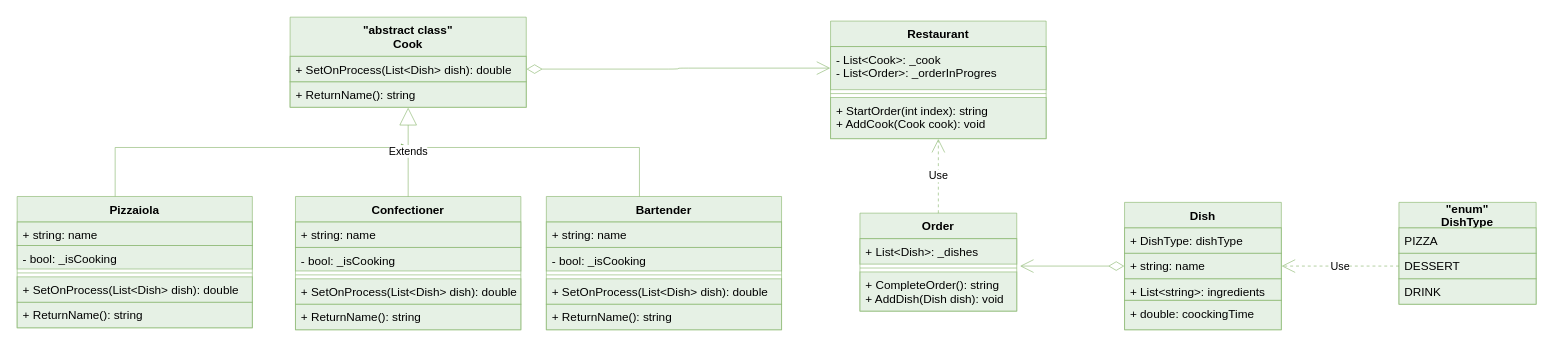
Above: Home_task_9/Home_Task_9.drawio in Rusewww/SSWU_ZozuliaIhor_NET_CAMP (draw.io), before the change. Source tidied: cells renumbered, new cells numbered last; positions are measured from the earlier drawing's top-left corner, leaving out a move shared by most shapes. Both pictures are drawn from the tidied source at 98%, with x=0, y=0 at pixel (17, 17).
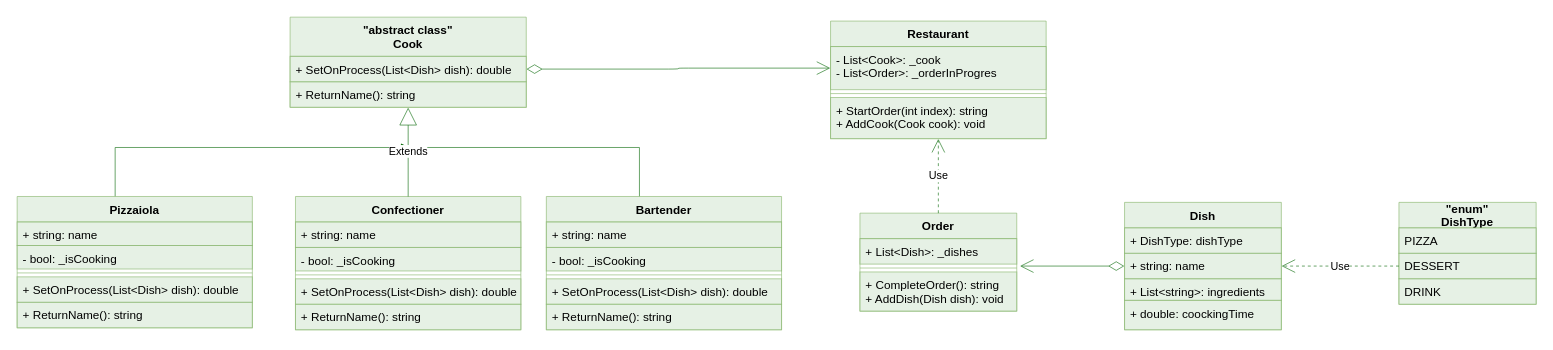
The same diagram, later.

Commit message (it also covers changes not shown here):
Home_task_9-Diagram_fix

The change refers to these unchanged cells:
```xml
<mxCell id="2" value="Order" style="swimlane;fontStyle=1;align=center;verticalAlign=top;horizontal=1;startSize=26;fillColor=#d5e8d4;strokeColor=#82b366;opacity=60;" parent="1" vertex="1">
  <mxGeometry x="860" y="200" width="160" height="100" as="geometry" />
</mxCell>
<mxCell id="3" value="+ List&lt;Dish&gt;: _dishes&#10;" style="text;strokeColor=#82b366;fillColor=#d5e8d4;align=left;verticalAlign=top;spacingLeft=4;spacingRight=4;overflow=hidden;points=[[0,0.5],[1,0.5]];portConstraint=eastwest;opacity=60;" parent="2" vertex="1">
  <mxGeometry y="26" width="160" height="26" as="geometry" />
</mxCell>
<mxCell id="8" value="+ string: name" style="text;strokeColor=#82b366;fillColor=#d5e8d4;align=left;verticalAlign=top;spacingLeft=4;spacingRight=4;overflow=hidden;points=[[0,0.5],[1,0.5]];portConstraint=eastwest;opacity=60;" parent="6" vertex="1">
  <mxGeometry y="52" width="160" height="26" as="geometry" />
</mxCell>
<mxCell id="13" value="DESSERT" style="text;strokeColor=#82b366;fillColor=#d5e8d4;align=left;verticalAlign=top;spacingLeft=4;spacingRight=4;overflow=hidden;points=[[0,0.5],[1,0.5]];portConstraint=eastwest;opacity=60;" parent="11" vertex="1">
  <mxGeometry y="52" width="140" height="26" as="geometry" />
</mxCell>
<mxCell id="16" value="Pizzaiola" style="swimlane;fontStyle=1;align=center;verticalAlign=top;horizontal=1;startSize=26;fillColor=#d5e8d4;strokeColor=#82b366;opacity=60;" parent="1" vertex="1">
  <mxGeometry y="183" width="240" height="134" as="geometry" />
</mxCell>
<mxCell id="22" value="Confectioner" style="swimlane;fontStyle=1;align=center;verticalAlign=top;horizontal=1;startSize=26;fillColor=#d5e8d4;strokeColor=#82b366;opacity=60;" parent="1" vertex="1">
  <mxGeometry x="284" y="183" width="230" height="136" as="geometry" />
</mxCell>
<mxCell id="29" value="Bartender" style="swimlane;fontStyle=1;align=center;verticalAlign=top;horizontal=1;startSize=26;fillColor=#d5e8d4;strokeColor=#82b366;opacity=60;" parent="1" vertex="1">
  <mxGeometry x="540" y="183" width="240" height="136" as="geometry" />
</mxCell>
<mxCell id="36" value="- List&lt;Cook&gt;: _cook&#10;- List&lt;Order&gt;: _orderInProgres" style="text;strokeColor=#82b366;fillColor=#d5e8d4;align=left;verticalAlign=top;spacingLeft=4;spacingRight=4;overflow=hidden;points=[[0,0.5],[1,0.5]];portConstraint=eastwest;opacity=60;" parent="35" vertex="1">
  <mxGeometry y="26" width="220" height="44" as="geometry" />
</mxCell>
<mxCell id="38" value="+ StartOrder(int index): string&#10;+ AddCook(Cook cook): void" style="text;strokeColor=#82b366;fillColor=#d5e8d4;align=left;verticalAlign=top;spacingLeft=4;spacingRight=4;overflow=hidden;points=[[0,0.5],[1,0.5]];portConstraint=eastwest;opacity=60;" parent="35" vertex="1">
  <mxGeometry y="78" width="220" height="42" as="geometry" />
</mxCell>
<mxCell id="40" value="+ SetOnProcess(List&lt;Dish&gt; dish): double" style="text;strokeColor=#82b366;fillColor=#d5e8d4;align=left;verticalAlign=top;spacingLeft=4;spacingRight=4;overflow=hidden;points=[[0,0.5],[1,0.5]];portConstraint=eastwest;opacity=60;" parent="39" vertex="1">
  <mxGeometry y="40" width="241" height="26" as="geometry" />
</mxCell>
<mxCell id="41" value="+ ReturnName(): string" style="text;strokeColor=#82b366;fillColor=#d5e8d4;align=left;verticalAlign=top;spacingLeft=4;spacingRight=4;overflow=hidden;points=[[0,0.5],[1,0.5]];portConstraint=eastwest;opacity=60;" parent="39" vertex="1">
  <mxGeometry y="66" width="241" height="26" as="geometry" />
</mxCell>
```

Diff of the diagram source:
```diff
@@
-    <mxCell id="15" style="edgeStyle=orthogonalEdgeStyle;rounded=0;jettySize=auto;html=1;fillColor=#d5e8d4;strokeColor=#82b366;opacity=60;" parent="1" edge="1" source="16">
+    <mxCell id="15" style="edgeStyle=orthogonalEdgeStyle;rounded=0;jettySize=auto;html=1;fillColor=#d5e8d4;opacity=60;strokeColor=#006600;" parent="1" edge="1" source="16">
       <mxGeometry relative="1" as="geometry">
         <mxPoint x="400" y="133" as="targetPoint" />
         <Array as="points">
           <mxPoint x="100" y="133" />
         </Array>
       </mxGeometry>
     </mxCell>
@@
-    <mxCell id="28" style="edgeStyle=orthogonalEdgeStyle;rounded=0;jettySize=auto;html=1;fillColor=#d5e8d4;strokeColor=#82b366;opacity=60;" parent="1" edge="1" source="29">
+    <mxCell id="28" style="edgeStyle=orthogonalEdgeStyle;rounded=0;jettySize=auto;html=1;fillColor=#d5e8d4;opacity=60;strokeColor=#006600;" parent="1" edge="1" source="29">
       <mxGeometry relative="1" as="geometry">
         <mxPoint x="400" y="133" as="targetPoint" />
         <Array as="points">
           <mxPoint x="635" y="133" />
           <mxPoint x="380" y="133" />
         </Array>
       </mxGeometry>
     </mxCell>
@@
-    <mxCell id="42" value="Extends" style="endArrow=block;endSize=16;endFill=0;html=1;exitX=0.5;exitY=0;exitDx=0;exitDy=0;fillColor=#d5e8d4;strokeColor=#82b366;opacity=60;" parent="1" edge="1" source="22" target="41">
+    <mxCell id="42" value="Extends" style="endArrow=block;endSize=16;endFill=0;html=1;exitX=0.5;exitY=0;exitDx=0;exitDy=0;fillColor=#d5e8d4;opacity=60;strokeColor=#006600;" parent="1" edge="1" source="22" target="41">
       <mxGeometry relative="1" as="geometry" />
     </mxCell>
-    <mxCell id="43" style="endArrow=open;html=1;endSize=12;startArrow=diamondThin;startSize=14;startFill=0;edgeStyle=orthogonalEdgeStyle;align=left;verticalAlign=bottom;exitX=1;exitY=0.5;exitDx=0;exitDy=0;entryX=0;entryY=0.5;entryDx=0;entryDy=0;fillColor=#d5e8d4;strokeColor=#82b366;opacity=60;" parent="1" edge="1" source="40" target="36">
+    <mxCell id="43" style="endArrow=open;html=1;endSize=12;startArrow=diamondThin;startSize=14;startFill=0;edgeStyle=orthogonalEdgeStyle;align=left;verticalAlign=bottom;exitX=1;exitY=0.5;exitDx=0;exitDy=0;entryX=0;entryY=0.5;entryDx=0;entryDy=0;fillColor=#d5e8d4;opacity=60;strokeColor=#006600;" parent="1" edge="1" source="40" target="36">
       <mxGeometry x="-0.68" y="39" relative="1" as="geometry">
         <mxPoint x="1" as="offset" />
       </mxGeometry>
     </mxCell>
-    <mxCell id="44" value="Use" style="endArrow=open;endSize=12;dashed=1;html=1;exitX=0;exitY=0.5;exitDx=0;exitDy=0;entryX=1;entryY=0.5;entryDx=0;entryDy=0;fillColor=#d5e8d4;strokeColor=#82b366;opacity=60;" parent="1" edge="1" source="13" target="8">
+    <mxCell id="44" value="Use" style="endArrow=open;endSize=12;dashed=1;html=1;exitX=0;exitY=0.5;exitDx=0;exitDy=0;entryX=1;entryY=0.5;entryDx=0;entryDy=0;fillColor=#d5e8d4;opacity=60;strokeColor=#006600;" parent="1" edge="1" source="13" target="8">
       <mxGeometry relative="1" as="geometry" />
     </mxCell>
-    <mxCell id="45" style="endArrow=open;html=1;endSize=12;startArrow=diamondThin;startSize=14;startFill=0;edgeStyle=orthogonalEdgeStyle;align=left;verticalAlign=bottom;strokeColor=#82b366;exitX=0;exitY=0.5;exitDx=0;exitDy=0;entryX=1.019;entryY=1.077;entryDx=0;entryDy=0;entryPerimeter=0;fillColor=#d5e8d4;opacity=60;" parent="1" edge="1" source="8" target="3">
+    <mxCell id="45" style="endArrow=open;html=1;endSize=12;startArrow=diamondThin;startSize=14;startFill=0;edgeStyle=orthogonalEdgeStyle;align=left;verticalAlign=bottom;exitX=0;exitY=0.5;exitDx=0;exitDy=0;entryX=1.019;entryY=1.077;entryDx=0;entryDy=0;entryPerimeter=0;fillColor=#d5e8d4;opacity=60;strokeColor=#006600;" parent="1" edge="1" source="8" target="3">
       <mxGeometry x="-0.38" y="30" relative="1" as="geometry" />
     </mxCell>
-    <mxCell id="46" value="Use" style="endArrow=open;endSize=12;dashed=1;html=1;strokeColor=#82b366;exitX=0.5;exitY=0;exitDx=0;exitDy=0;fillColor=#d5e8d4;opacity=60;" parent="1" edge="1" source="2" target="38">
+    <mxCell id="46" value="Use" style="endArrow=open;endSize=12;dashed=1;html=1;exitX=0.5;exitY=0;exitDx=0;exitDy=0;fillColor=#d5e8d4;opacity=60;strokeColor=#006600;" parent="1" edge="1" source="2" target="38">
       <mxGeometry relative="1" as="geometry" />
     </mxCell>
```
